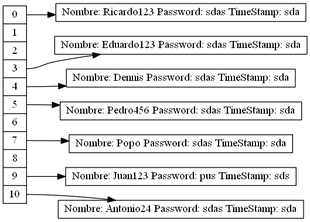
Earlier version of the Graphviz export Proyecto2/HashTable.png (Eduardo01004/EDD_2S2019_PY2_201612124). Its source is kept beside it as Proyecto2/HashTable.dot.
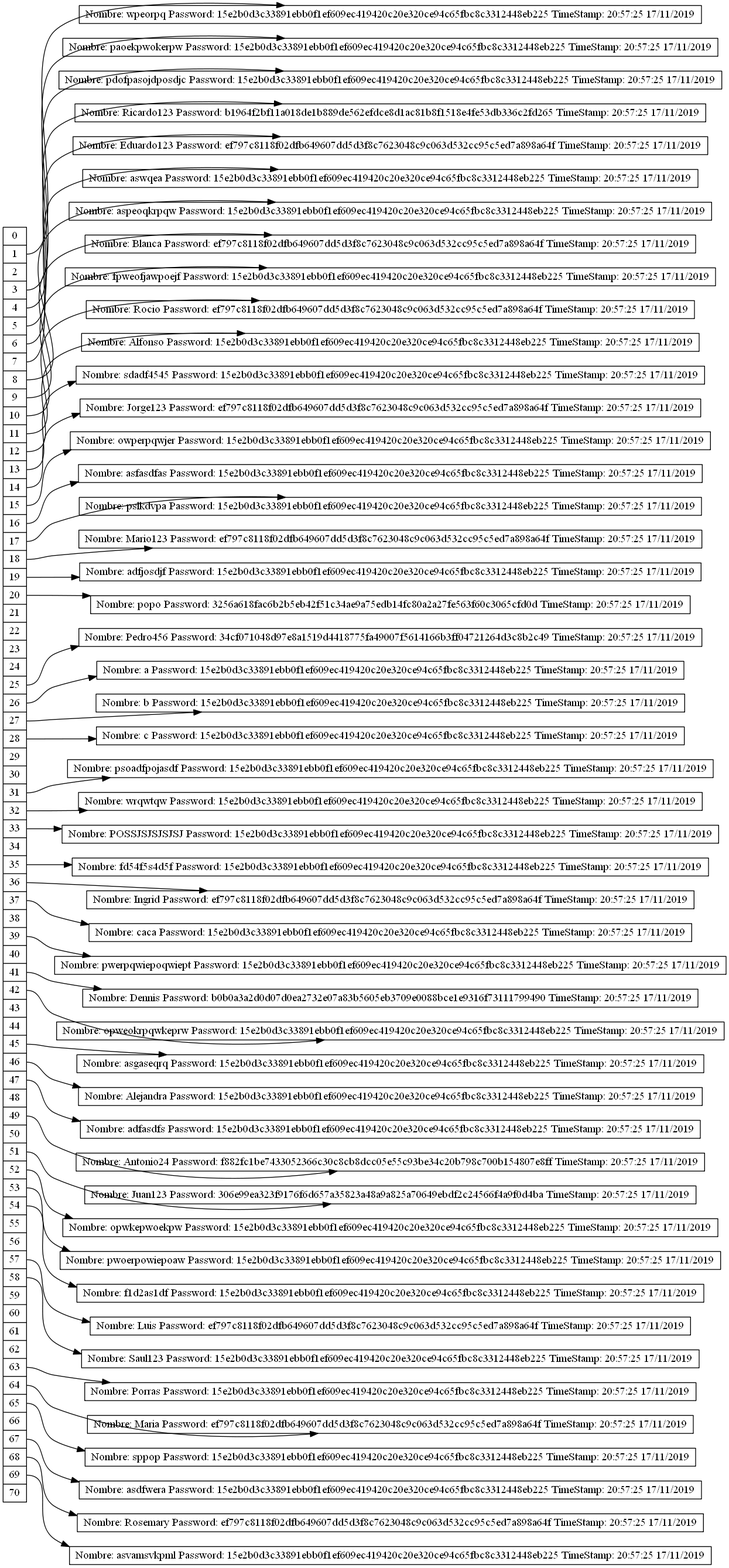
Above is the later version.

The edit, as a diff of the source:
```diff
@@ -11,19 +11,161 @@
 <f7> 7 |
 <f8> 8 |
 <f9> 9 |
-<f10> 10"];
-nodoRicardo123 [label= "Nombre: Ricardo123 Password: sdas TimeStamp: sda"];
-"nodeTable":f0 -> nodoRicardo123
-nodoEduardo123 [label= "Nombre: Eduardo123 Password: sdas TimeStamp: sda"];
-"nodeTable":f3 -> nodoEduardo123
-nodoDennis [label= "Nombre: Dennis Password: sdas TimeStamp: sda"];
-"nodeTable":f4 -> nodoDennis
-nodoPedro456 [label= "Nombre: Pedro456 Password: sdas TimeStamp: sda"];
-"nodeTable":f5 -> nodoPedro456
-nodoPopo [label= "Nombre: Popo Password: sdas TimeStamp: sda"];
-"nodeTable":f7 -> nodoPopo
-nodoJuan123 [label= "Nombre: Juan123 Password: pus TimeStamp: sds"];
-"nodeTable":f9 -> nodoJuan123
-nodoAntonio24 [label= "Nombre: Antonio24 Password: sdas TimeStamp: sda"];
-"nodeTable":f10 -> nodoAntonio24
+<f10> 10 |
+<f11> 11 |
+<f12> 12 |
+<f13> 13 |
+<f14> 14 |
+<f15> 15 |
+<f16> 16 |
+<f17> 17 |
+<f18> 18 |
+<f19> 19 |
+<f20> 20 |
+<f21> 21 |
+<f22> 22 |
+<f23> 23 |
+<f24> 24 |
+<f25> 25 |
+<f26> 26 |
+<f27> 27 |
+<f28> 28 |
+<f29> 29 |
+<f30> 30 |
+<f31> 31 |
+<f32> 32 |
+<f33> 33 |
+<f34> 34 |
+<f35> 35 |
+<f36> 36 |
+<f37> 37 |
+<f38> 38 |
+<f39> 39 |
+<f40> 40 |
+<f41> 41 |
+<f42> 42 |
+<f43> 43 |
+<f44> 44 |
+<f45> 45 |
+<f46> 46 |
+<f47> 47 |
+<f48> 48 |
+<f49> 49 |
+<f50> 50 |
+<f51> 51 |
+<f52> 52 |
+<f53> 53 |
+<f54> 54 |
+<f55> 55 |
+<f56> 56 |
+<f57> 57 |
+<f58> 58 |
+<f59> 59 |
+<f60> 60 |
+<f61> 61 |
+<f62> 62 |
+<f63> 63 |
+<f64> 64 |
+<f65> 65 |
+<f66> 66 |
+<f67> 67 |
+<f68> 68 |
+<f69> 69 |
+<f70> 70"];
+nodowpeorpq [label= "Nombre: wpeorpq Password: 15e2b0d3c33891ebb0f1ef609ec419420c20e320ce94c65fbc8c3312448eb225 TimeStamp: 20:57:25 17/11/2019"];
+"nodeTable":f1 -> nodowpeorpq
+nodopaoekpwokerpw [label= "Nombre: paoekpwokerpw Password: 15e2b0d3c33891ebb0f1ef609ec419420c20e320ce94c65fbc8c3312448eb225 TimeStamp: 20:57:25 17/11/2019"];
+"nodeTable":f3 -> nodopaoekpwokerpw
+nodopdofpasojdposdjc [label= "Nombre: pdofpasojdposdjc Password: 15e2b0d3c33891ebb0f1ef609ec419420c20e320ce94c65fbc8c3312448eb225 TimeStamp: 20:57:25 17/11/2019"];
+"nodeTable":f4 -> nodopdofpasojdposdjc
+nodoRicardo123 [label= "Nombre: Ricardo123 Password: b1964f2bf11a018de1b889de562efdce8d1ac81b8f1518e4fe53db336c2fd265 TimeStamp: 20:57:25 17/11/2019"];
+"nodeTable":f5 -> nodoRicardo123
+nodoEduardo123 [label= "Nombre: Eduardo123 Password: ef797c8118f02dfb649607dd5d3f8c7623048c9c063d532cc95c5ed7a898a64f TimeStamp: 20:57:25 17/11/2019"];
+"nodeTable":f6 -> nodoEduardo123
+nodoaswqea [label= "Nombre: aswqea Password: 15e2b0d3c33891ebb0f1ef609ec419420c20e320ce94c65fbc8c3312448eb225 TimeStamp: 20:57:25 17/11/2019"];
+"nodeTable":f7 -> nodoaswqea
+nodoaspeoqkrpqw [label= "Nombre: aspeoqkrpqw Password: 15e2b0d3c33891ebb0f1ef609ec419420c20e320ce94c65fbc8c3312448eb225 TimeStamp: 20:57:25 17/11/2019"];
+"nodeTable":f8 -> nodoaspeoqkrpqw
+nodoBlanca [label= "Nombre: Blanca Password: ef797c8118f02dfb649607dd5d3f8c7623048c9c063d532cc95c5ed7a898a64f TimeStamp: 20:57:25 17/11/2019"];
+"nodeTable":f9 -> nodoBlanca
+nodofpweofjawpoejf [label= "Nombre: fpweofjawpoejf Password: 15e2b0d3c33891ebb0f1ef609ec419420c20e320ce94c65fbc8c3312448eb225 TimeStamp: 20:57:25 17/11/2019"];
+"nodeTable":f10 -> nodofpweofjawpoejf
+nodoRocio [label= "Nombre: Rocio Password: ef797c8118f02dfb649607dd5d3f8c7623048c9c063d532cc95c5ed7a898a64f TimeStamp: 20:57:25 17/11/2019"];
+"nodeTable":f11 -> nodoRocio
+nodoAlfonso [label= "Nombre: Alfonso Password: 15e2b0d3c33891ebb0f1ef609ec419420c20e320ce94c65fbc8c3312448eb225 TimeStamp: 20:57:25 17/11/2019"];
+"nodeTable":f12 -> nodoAlfonso
+nodosdadf4545 [label= "Nombre: sdadf4545 Password: 15e2b0d3c33891ebb0f1ef609ec419420c20e320ce94c65fbc8c3312448eb225 TimeStamp: 20:57:25 17/11/2019"];
+"nodeTable":f13 -> nodosdadf4545
+nodoJorge123 [label= "Nombre: Jorge123 Password: ef797c8118f02dfb649607dd5d3f8c7623048c9c063d532cc95c5ed7a898a64f TimeStamp: 20:57:25 17/11/2019"];
+"nodeTable":f14 -> nodoJorge123
+nodoowperpqwjer [label= "Nombre: owperpqwjer Password: 15e2b0d3c33891ebb0f1ef609ec419420c20e320ce94c65fbc8c3312448eb225 TimeStamp: 20:57:25 17/11/2019"];
+"nodeTable":f15 -> nodoowperpqwjer
+nodoasfasdfas [label= "Nombre: asfasdfas Password: 15e2b0d3c33891ebb0f1ef609ec419420c20e320ce94c65fbc8c3312448eb225 TimeStamp: 20:57:25 17/11/2019"];
+"nodeTable":f16 -> nodoasfasdfas
+nodopslkdvpa [label= "Nombre: pslkdvpa Password: 15e2b0d3c33891ebb0f1ef609ec419420c20e320ce94c65fbc8c3312448eb225 TimeStamp: 20:57:25 17/11/2019"];
+"nodeTable":f17 -> nodopslkdvpa
+nodoMario123 [label= "Nombre: Mario123 Password: ef797c8118f02dfb649607dd5d3f8c7623048c9c063d532cc95c5ed7a898a64f TimeStamp: 20:57:25 17/11/2019"];
+"nodeTable":f18 -> nodoMario123
+nodoadfjosdjf [label= "Nombre: adfjosdjf Password: 15e2b0d3c33891ebb0f1ef609ec419420c20e320ce94c65fbc8c3312448eb225 TimeStamp: 20:57:25 17/11/2019"];
+"nodeTable":f19 -> nodoadfjosdjf
+nodopopo [label= "Nombre: popo Password: 3256a618fac6b2b5eb42f51c34ae9a75edb14fc80a2a27fe563f60c3065cfd0d TimeStamp: 20:57:25 17/11/2019"];
+"nodeTable":f20 -> nodopopo
+nodoPedro456 [label= "Nombre: Pedro456 Password: 34cf071048d97e8a1519d4418775fa49007f5614166b3ff04721264d3c8b2c49 TimeStamp: 20:57:25 17/11/2019"];
+"nodeTable":f25 -> nodoPedro456
+nodoa [label= "Nombre: a Password: 15e2b0d3c33891ebb0f1ef609ec419420c20e320ce94c65fbc8c3312448eb225 TimeStamp: 20:57:25 17/11/2019"];
+"nodeTable":f26 -> nodoa
+nodob [label= "Nombre: b Password: 15e2b0d3c33891ebb0f1ef609ec419420c20e320ce94c65fbc8c3312448eb225 TimeStamp: 20:57:25 17/11/2019"];
+"nodeTable":f27 -> nodob
+nodoc [label= "Nombre: c Password: 15e2b0d3c33891ebb0f1ef609ec419420c20e320ce94c65fbc8c3312448eb225 TimeStamp: 20:57:25 17/11/2019"];
+"nodeTable":f28 -> nodoc
+nodopsoadfpojasdf [label= "Nombre: psoadfpojasdf Password: 15e2b0d3c33891ebb0f1ef609ec419420c20e320ce94c65fbc8c3312448eb225 TimeStamp: 20:57:25 17/11/2019"];
+"nodeTable":f31 -> nodopsoadfpojasdf
+nodowrqwtqw [label= "Nombre: wrqwtqw Password: 15e2b0d3c33891ebb0f1ef609ec419420c20e320ce94c65fbc8c3312448eb225 TimeStamp: 20:57:25 17/11/2019"];
+"nodeTable":f32 -> nodowrqwtqw
+nodoPOSSJSJSJSJSJ [label= "Nombre: POSSJSJSJSJSJ Password: 15e2b0d3c33891ebb0f1ef609ec419420c20e320ce94c65fbc8c3312448eb225 TimeStamp: 20:57:25 17/11/2019"];
+"nodeTable":f33 -> nodoPOSSJSJSJSJSJ
+nodofd54f5s4d5f [label= "Nombre: fd54f5s4d5f Password: 15e2b0d3c33891ebb0f1ef609ec419420c20e320ce94c65fbc8c3312448eb225 TimeStamp: 20:57:25 17/11/2019"];
+"nodeTable":f35 -> nodofd54f5s4d5f
+nodoIngrid [label= "Nombre: Ingrid Password: ef797c8118f02dfb649607dd5d3f8c7623048c9c063d532cc95c5ed7a898a64f TimeStamp: 20:57:25 17/11/2019"];
+"nodeTable":f36 -> nodoIngrid
+nodocaca [label= "Nombre: caca Password: 15e2b0d3c33891ebb0f1ef609ec419420c20e320ce94c65fbc8c3312448eb225 TimeStamp: 20:57:25 17/11/2019"];
+"nodeTable":f37 -> nodocaca
+nodopwerpqwiepoqwiept [label= "Nombre: pwerpqwiepoqwiept Password: 15e2b0d3c33891ebb0f1ef609ec419420c20e320ce94c65fbc8c3312448eb225 TimeStamp: 20:57:25 17/11/2019"];
+"nodeTable":f39 -> nodopwerpqwiepoqwiept
+nodoDennis [label= "Nombre: Dennis Password: b0b0a3a2d0d07d0ea2732e07a83b5605eb3709e0088bce1e9316f73111799490 TimeStamp: 20:57:25 17/11/2019"];
+"nodeTable":f41 -> nodoDennis
+nodoopweokrpqwkeprw [label= "Nombre: opweokrpqwkeprw Password: 15e2b0d3c33891ebb0f1ef609ec419420c20e320ce94c65fbc8c3312448eb225 TimeStamp: 20:57:25 17/11/2019"];
+"nodeTable":f42 -> nodoopweokrpqwkeprw
+nodoasgaseqrq [label= "Nombre: asgaseqrq Password: 15e2b0d3c33891ebb0f1ef609ec419420c20e320ce94c65fbc8c3312448eb225 TimeStamp: 20:57:25 17/11/2019"];
+"nodeTable":f45 -> nodoasgaseqrq
+nodoAlejandra [label= "Nombre: Alejandra Password: 15e2b0d3c33891ebb0f1ef609ec419420c20e320ce94c65fbc8c3312448eb225 TimeStamp: 20:57:25 17/11/2019"];
+"nodeTable":f46 -> nodoAlejandra
+nodoadfasdfs [label= "Nombre: adfasdfs Password: 15e2b0d3c33891ebb0f1ef609ec419420c20e320ce94c65fbc8c3312448eb225 TimeStamp: 20:57:25 17/11/2019"];
+"nodeTable":f47 -> nodoadfasdfs
+nodoAntonio24 [label= "Nombre: Antonio24 Password: f882fc1be7433052366c30c8cb8dcc05e55c93be34c20b798c700b154807e8ff TimeStamp: 20:57:25 17/11/2019"];
+"nodeTable":f49 -> nodoAntonio24
+nodoJuan123 [label= "Nombre: Juan123 Password: 306e99ea323f9176f6d657a35823a48a9a825a70649ebdf2c24566f4a9f0d4ba TimeStamp: 20:57:25 17/11/2019"];
+"nodeTable":f51 -> nodoJuan123
+nodoopwkepwoekpw [label= "Nombre: opwkepwoekpw Password: 15e2b0d3c33891ebb0f1ef609ec419420c20e320ce94c65fbc8c3312448eb225 TimeStamp: 20:57:25 17/11/2019"];
+"nodeTable":f52 -> nodoopwkepwoekpw
+nodopwoerpowiepoaw [label= "Nombre: pwoerpowiepoaw Password: 15e2b0d3c33891ebb0f1ef609ec419420c20e320ce94c65fbc8c3312448eb225 TimeStamp: 20:57:25 17/11/2019"];
+"nodeTable":f53 -> nodopwoerpowiepoaw
+nodof1d2as1df [label= "Nombre: f1d2as1df Password: 15e2b0d3c33891ebb0f1ef609ec419420c20e320ce94c65fbc8c3312448eb225 TimeStamp: 20:57:25 17/11/2019"];
+"nodeTable":f54 -> nodof1d2as1df
+nodoLuis [label= "Nombre: Luis Password: ef797c8118f02dfb649607dd5d3f8c7623048c9c063d532cc95c5ed7a898a64f TimeStamp: 20:57:25 17/11/2019"];
+"nodeTable":f57 -> nodoLuis
+nodoSaul123 [label= "Nombre: Saul123 Password: 15e2b0d3c33891ebb0f1ef609ec419420c20e320ce94c65fbc8c3312448eb225 TimeStamp: 20:57:25 17/11/2019"];
+"nodeTable":f58 -> nodoSaul123
+nodoPorras [label= "Nombre: Porras Password: 15e2b0d3c33891ebb0f1ef609ec419420c20e320ce94c65fbc8c3312448eb225 TimeStamp: 20:57:25 17/11/2019"];
+"nodeTable":f63 -> nodoPorras
+nodoMaria [label= "Nombre: Maria Password: ef797c8118f02dfb649607dd5d3f8c7623048c9c063d532cc95c5ed7a898a64f TimeStamp: 20:57:25 17/11/2019"];
+"nodeTable":f64 -> nodoMaria
+nodosppop [label= "Nombre: sppop Password: 15e2b0d3c33891ebb0f1ef609ec419420c20e320ce94c65fbc8c3312448eb225 TimeStamp: 20:57:25 17/11/2019"];
+"nodeTable":f65 -> nodosppop
+nodoasdfwera [label= "Nombre: asdfwera Password: 15e2b0d3c33891ebb0f1ef609ec419420c20e320ce94c65fbc8c3312448eb225 TimeStamp: 20:57:25 17/11/2019"];
+"nodeTable":f67 -> nodoasdfwera
+nodoRosemary [label= "Nombre: Rosemary Password: ef797c8118f02dfb649607dd5d3f8c7623048c9c063d532cc95c5ed7a898a64f TimeStamp: 20:57:25 17/11/2019"];
+"nodeTable":f68 -> nodoRosemary
+nodoasvamsvkpml [label= "Nombre: asvamsvkpml Password: 15e2b0d3c33891ebb0f1ef609ec419420c20e320ce94c65fbc8c3312448eb225 TimeStamp: 20:57:25 17/11/2019"];
+"nodeTable":f69 -> nodoasvamsvkpml
 }
```
